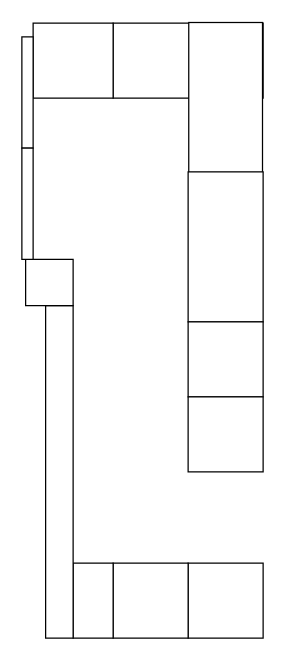
This is PRACTICAS/Diagrama sin título.drawio from dabado/python2025mes1, a draw.io file, before an edit. Source tidied: cells renumbered, new cells numbered last; positions are measured from the earlier drawing's top-left corner, leaving out a move shared by most shapes. Both pictures are drawn from the tidied source at 125%, with x=0, y=0 at pixel (21, 22).
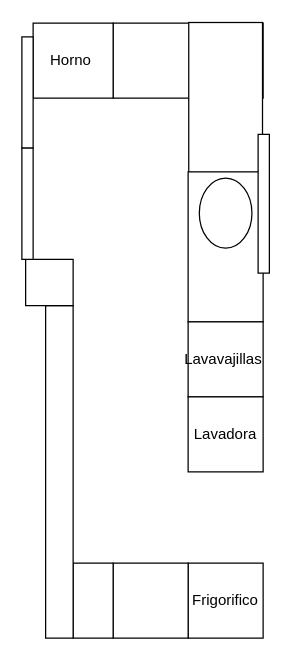
The same page after the edit.

Diff of the diagram source:
```diff
@@
 <mxGraphModel>
   <root>
     <mxCell id="0" />
     <mxCell id="1" parent="0" />
     <mxCell id="2" style="whiteSpace=wrap;html=1;" parent="1" vertex="1">
       <mxGeometry x="73" width="120" height="60" as="geometry" />
     </mxCell>
     <mxCell id="3" style="whiteSpace=wrap;html=1;rotation=90;direction=west;" parent="1" vertex="1">
       <mxGeometry x="103" y="30" width="120" height="59" as="geometry" />
     </mxCell>
     <mxCell id="4" style="edgeStyle=none;curved=1;rounded=0;jettySize=auto;html=1;fontSize=12;startSize=8;endSize=8;" parent="1" edge="1" source="5" target="2">
       <mxGeometry relative="1" as="geometry" />
     </mxCell>
-    <mxCell id="5" style="whiteSpace=wrap;html=1;" parent="1" vertex="1">
+    <mxCell id="5" value="Horno&amp;nbsp;" style="whiteSpace=wrap;html=1;" parent="1" vertex="1">
       <mxGeometry x="9" width="64" height="60" as="geometry" />
     </mxCell>
     <mxCell id="6" style="whiteSpace=wrap;html=1;direction=south;" parent="1" vertex="1">
       <mxGeometry x="133" y="119" width="60" height="120" as="geometry" />
     </mxCell>
-    <mxCell id="7" style="whiteSpace=wrap;html=1;" parent="1" vertex="1">
+    <mxCell id="7" value="Lavavajillas&amp;nbsp;" style="whiteSpace=wrap;html=1;" parent="1" vertex="1">
       <mxGeometry x="133" y="239" width="60" height="60" as="geometry" />
     </mxCell>
-    <mxCell id="8" style="whiteSpace=wrap;html=1;" parent="1" vertex="1">
+    <mxCell id="8" value="Lavadora" style="whiteSpace=wrap;html=1;" parent="1" vertex="1">
       <mxGeometry x="133" y="299" width="60" height="60" as="geometry" />
     </mxCell>
-    <mxCell id="9" style="whiteSpace=wrap;html=1;" parent="1" vertex="1">
+    <mxCell id="9" value="Frigorifico" style="whiteSpace=wrap;html=1;" parent="1" vertex="1">
       <mxGeometry x="133" y="432" width="60" height="60" as="geometry" />
     </mxCell>
     <mxCell id="10" style="whiteSpace=wrap;html=1;" parent="1" vertex="1">
       <mxGeometry x="73" y="432" width="60" height="60" as="geometry" />
     </mxCell>
     <mxCell id="11" style="whiteSpace=wrap;html=1;" parent="1" vertex="1">
       <mxGeometry x="41" y="432" width="32" height="60" as="geometry" />
     </mxCell>
     <mxCell id="12" style="whiteSpace=wrap;html=1;" parent="1" vertex="1">
       <mxGeometry x="19" y="226" width="22" height="266" as="geometry" />
     </mxCell>
     <mxCell id="13" style="edgeStyle=none;curved=1;rounded=0;orthogonalLoop=1;jettySize=auto;html=1;entryX=0;entryY=0.5;entryDx=0;entryDy=0;fontSize=12;startSize=8;endSize=8;" parent="1" edge="1" source="12" target="12">
       <mxGeometry relative="1" as="geometry" />
     </mxCell>
     <mxCell id="14" style="whiteSpace=wrap;html=1;" parent="1" vertex="1">
       <mxGeometry x="3" y="189" width="38" height="37" as="geometry" />
     </mxCell>
     <mxCell id="15" style="whiteSpace=wrap;html=1;" parent="1" vertex="1">
       <mxGeometry y="11" width="9" height="89" as="geometry" />
     </mxCell>
     <mxCell id="16" style="whiteSpace=wrap;html=1;" parent="1" vertex="1">
       <mxGeometry y="100" width="9" height="89" as="geometry" />
     </mxCell>
+    <mxCell id="17" style="ellipse;whiteSpace=wrap;html=1;rotation=90;" parent="1" vertex="1">
+      <mxGeometry x="135" y="131" width="56" height="42.1" as="geometry" />
+    </mxCell>
+    <mxCell id="18" style="whiteSpace=wrap;html=1;" parent="1" vertex="1">
+      <mxGeometry x="189" y="89" width="9" height="111" as="geometry" />
+    </mxCell>
   </root>
 </mxGraphModel>
```
